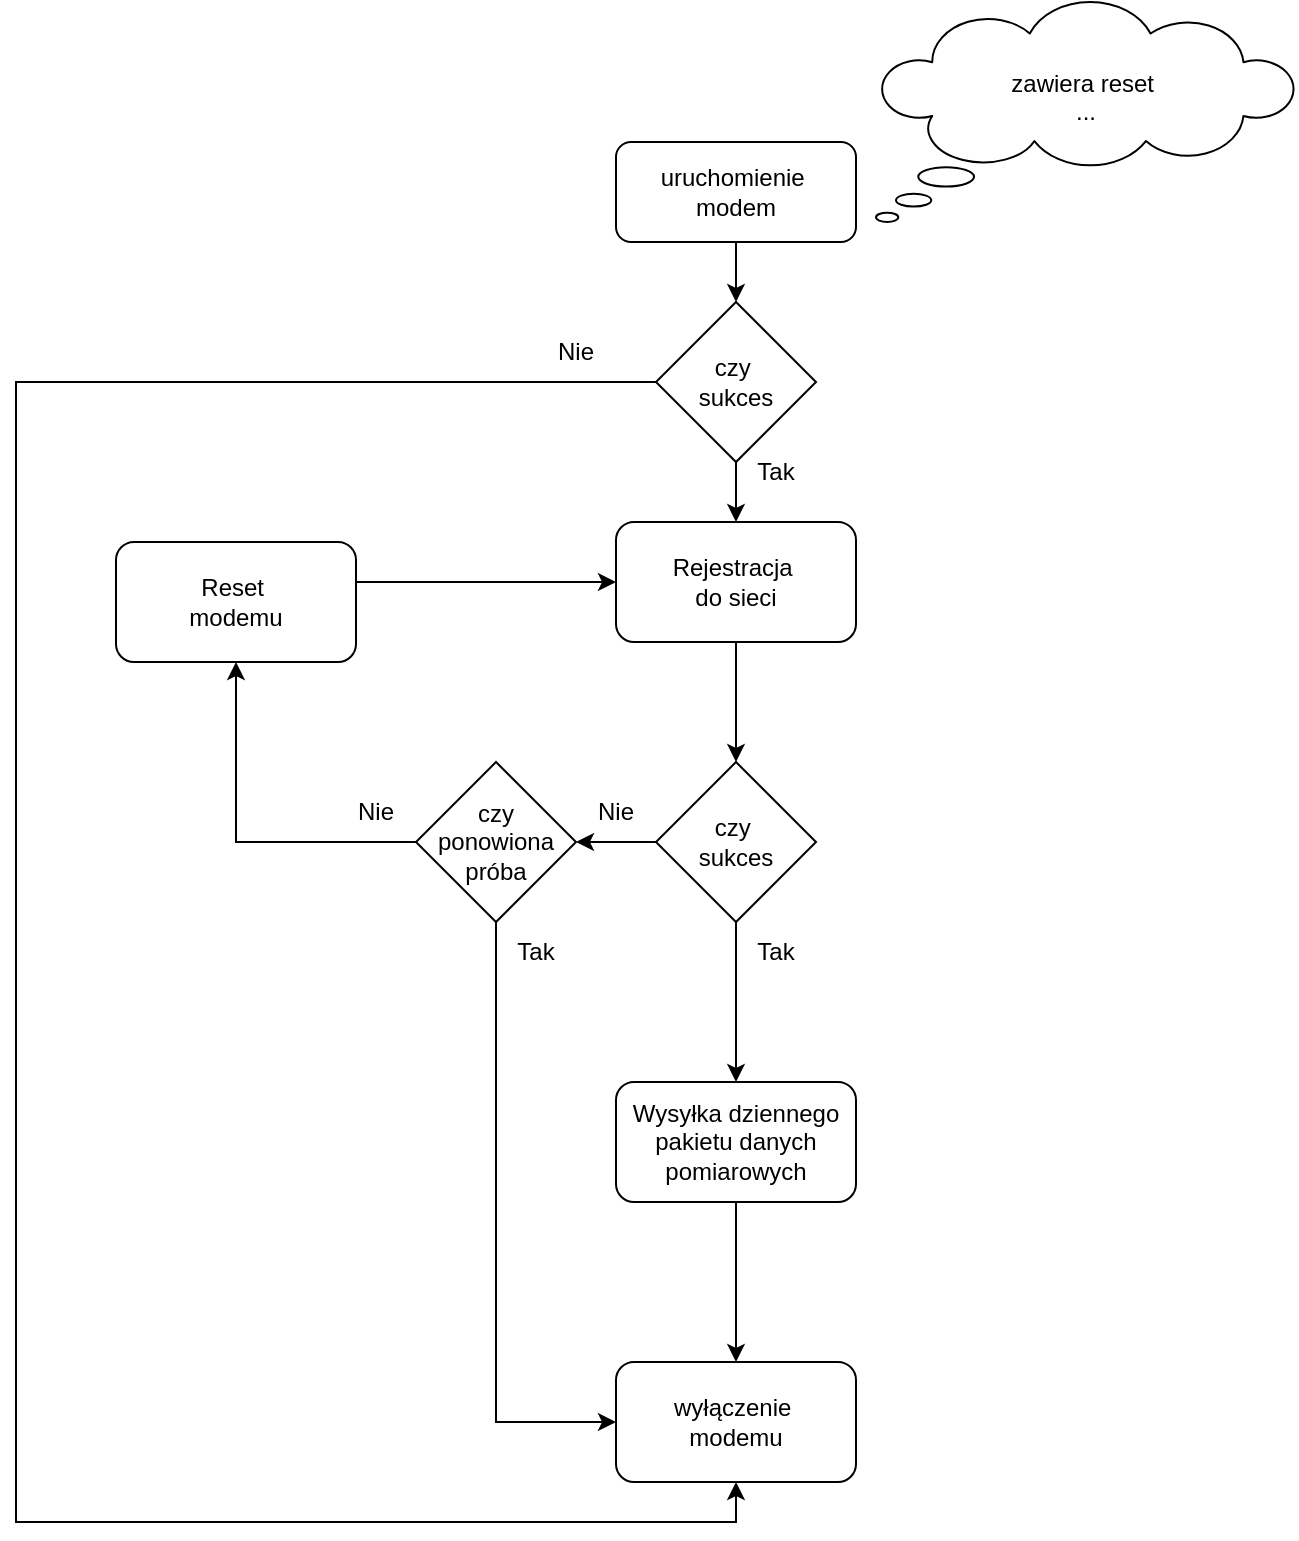
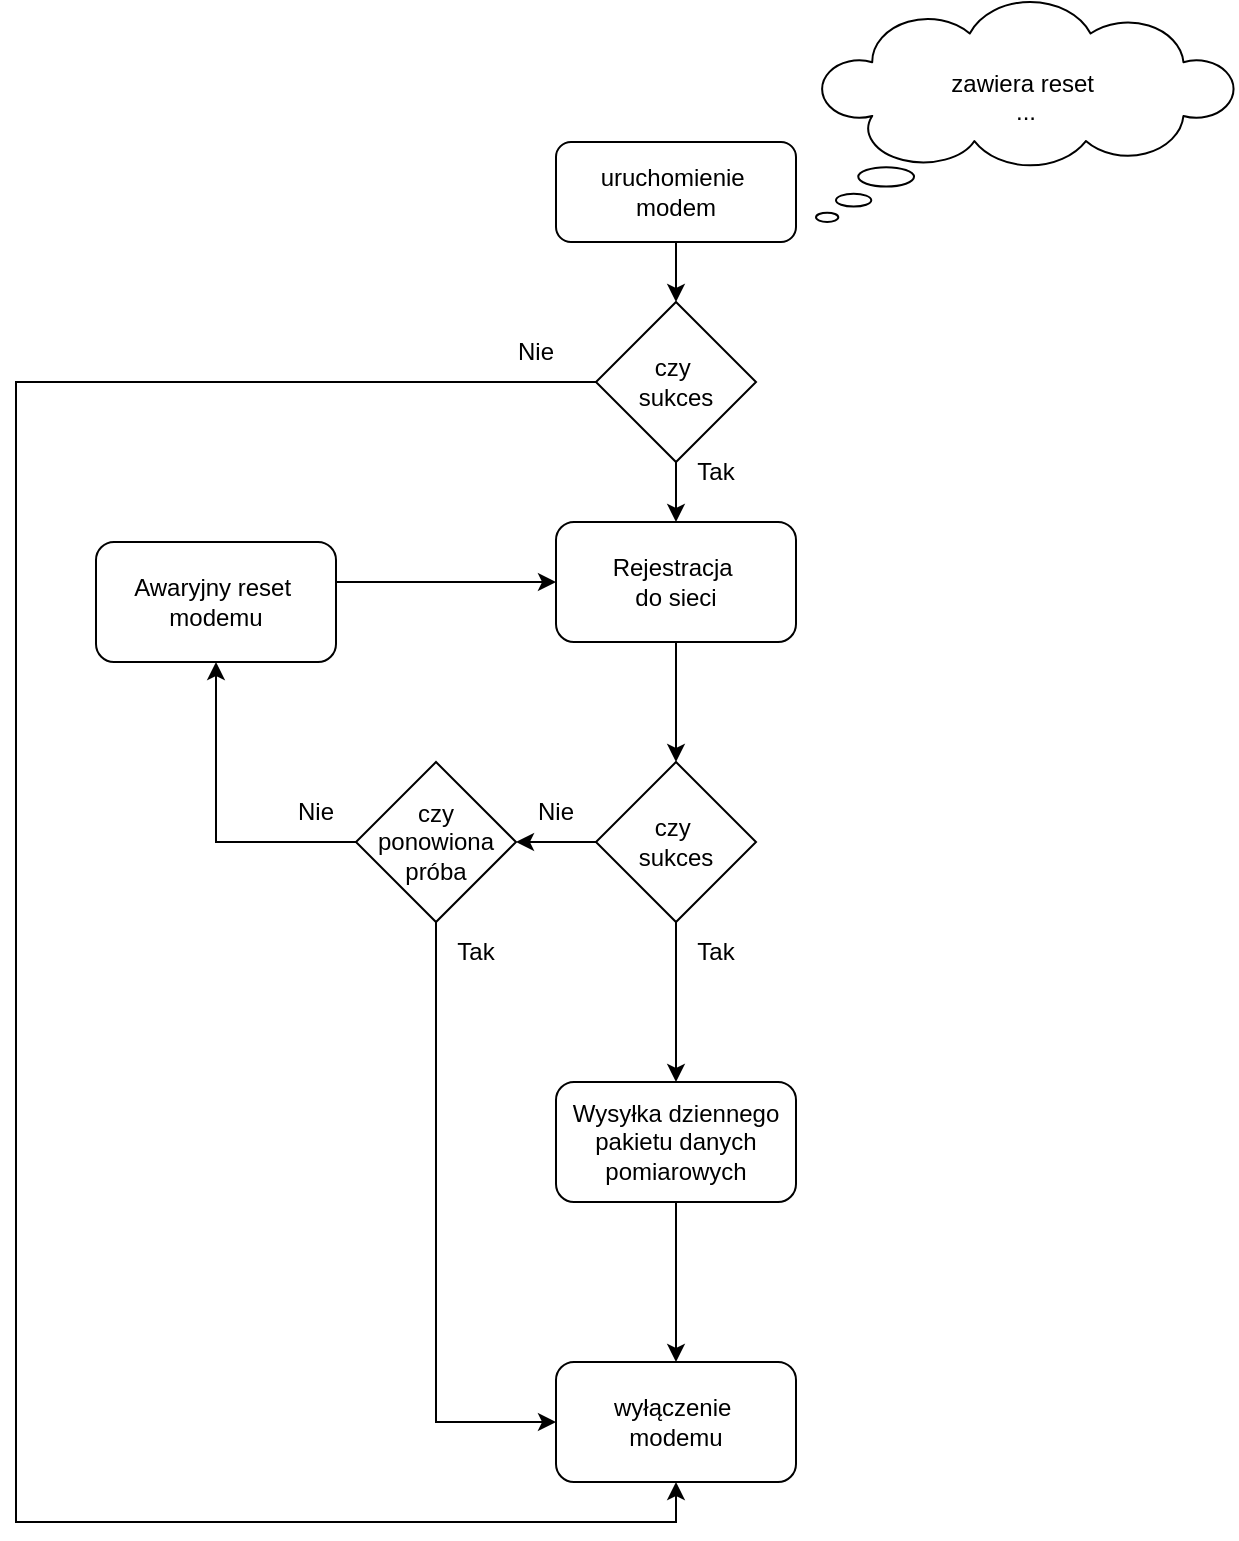
<mxfile host="app.diagrams.net">
  <diagram name="Strona-1" id="qUiWrLwNQSNPpPlMcjFA">
-     <mxGraphModel dx="2013" dy="1851" grid="1" gridSize="10" guides="1" tooltips="1" connect="1" arrows="1" fold="1" page="1" pageScale="1" pageWidth="827" pageHeight="1169" math="0" shadow="0">
+     <mxGraphModel dx="2222" dy="1971" grid="1" gridSize="10" guides="1" tooltips="1" connect="1" arrows="1" fold="1" page="1" pageScale="1" pageWidth="827" pageHeight="1169" math="0" shadow="0">
      <root>
        <mxCell id="0" />
        <mxCell id="1" parent="0" />
        <mxCell id="6l_-LQbUFiuhB0d961tG-3" edge="1" parent="1" source="6l_-LQbUFiuhB0d961tG-1" style="edgeStyle=orthogonalEdgeStyle;rounded=0;orthogonalLoop=1;jettySize=auto;html=1;" target="6l_-LQbUFiuhB0d961tG-2" value="">
          <mxGeometry relative="1" as="geometry" />
        </mxCell>
        <mxCell id="6l_-LQbUFiuhB0d961tG-1" parent="1" style="rounded=1;whiteSpace=wrap;html=1;" value="uruchomienie&amp;nbsp;&lt;div&gt;modem&lt;/div&gt;" vertex="1">
          <mxGeometry height="50" width="120" x="260" y="30" as="geometry" />
        </mxCell>
        <mxCell id="6l_-LQbUFiuhB0d961tG-9" edge="1" parent="1" source="6l_-LQbUFiuhB0d961tG-2" style="edgeStyle=orthogonalEdgeStyle;rounded=0;orthogonalLoop=1;jettySize=auto;html=1;" value="">
          <mxGeometry relative="1" as="geometry">
            <mxPoint x="320" y="220" as="targetPoint" />
          </mxGeometry>
        </mxCell>
        <mxCell id="6l_-LQbUFiuhB0d961tG-11" edge="1" parent="1" source="6l_-LQbUFiuhB0d961tG-2" style="edgeStyle=orthogonalEdgeStyle;rounded=0;orthogonalLoop=1;jettySize=auto;html=1;entryX=0.5;entryY=1;entryDx=0;entryDy=0;" target="6l_-LQbUFiuhB0d961tG-4">
          <mxGeometry relative="1" as="geometry">
            <Array as="points">
-               <mxPoint x="-40" y="150" />
-               <mxPoint x="-40" y="720" />
+               <mxPoint x="-10" y="150" />
+               <mxPoint x="-10" y="720" />
              <mxPoint x="320" y="720" />
            </Array>
            <mxPoint x="130" y="670" as="targetPoint" />
          </mxGeometry>
        </mxCell>
        <mxCell id="6l_-LQbUFiuhB0d961tG-2" parent="1" style="rhombus;whiteSpace=wrap;html=1;" value="czy&amp;nbsp;&lt;div&gt;sukces&lt;/div&gt;" vertex="1">
          <mxGeometry height="80" width="80" x="280" y="110" as="geometry" />
        </mxCell>
        <mxCell id="6l_-LQbUFiuhB0d961tG-4" parent="1" style="rounded=1;whiteSpace=wrap;html=1;" value="wyłączenie&amp;nbsp;&lt;div&gt;modemu&lt;/div&gt;" vertex="1">
          <mxGeometry height="60" width="120" x="260" y="640" as="geometry" />
        </mxCell>
        <mxCell id="6l_-LQbUFiuhB0d961tG-15" edge="1" parent="1" source="6l_-LQbUFiuhB0d961tG-12" style="edgeStyle=orthogonalEdgeStyle;rounded=0;orthogonalLoop=1;jettySize=auto;html=1;" target="6l_-LQbUFiuhB0d961tG-14" value="">
          <mxGeometry relative="1" as="geometry" />
        </mxCell>
        <mxCell id="6l_-LQbUFiuhB0d961tG-12" parent="1" style="rounded=1;whiteSpace=wrap;html=1;" value="Rejestracja&amp;nbsp;&lt;div&gt;do sieci&lt;/div&gt;" vertex="1">
          <mxGeometry height="60" width="120" x="260" y="220" as="geometry" />
        </mxCell>
        <mxCell id="6l_-LQbUFiuhB0d961tG-13" parent="1" style="whiteSpace=wrap;html=1;shape=mxgraph.basic.cloud_callout" value="zawiera reset&amp;nbsp;&lt;div&gt;...&lt;/div&gt;&lt;div&gt;&lt;br&gt;&lt;/div&gt;" vertex="1">
          <mxGeometry height="110" width="210" x="390" y="-40" as="geometry" />
        </mxCell>
        <mxCell id="6l_-LQbUFiuhB0d961tG-17" edge="1" parent="1" source="6l_-LQbUFiuhB0d961tG-14" style="edgeStyle=orthogonalEdgeStyle;rounded=0;orthogonalLoop=1;jettySize=auto;html=1;" target="6l_-LQbUFiuhB0d961tG-16" value="">
          <mxGeometry relative="1" as="geometry" />
        </mxCell>
        <mxCell id="6l_-LQbUFiuhB0d961tG-26" edge="1" parent="1" source="6l_-LQbUFiuhB0d961tG-14" style="edgeStyle=orthogonalEdgeStyle;rounded=0;orthogonalLoop=1;jettySize=auto;html=1;" target="6l_-LQbUFiuhB0d961tG-25" value="">
          <mxGeometry relative="1" as="geometry" />
        </mxCell>
        <mxCell id="6l_-LQbUFiuhB0d961tG-14" parent="1" style="rhombus;whiteSpace=wrap;html=1;" value="czy&amp;nbsp;&lt;div&gt;sukces&lt;/div&gt;" vertex="1">
          <mxGeometry height="80" width="80" x="280" y="340" as="geometry" />
        </mxCell>
        <mxCell id="6l_-LQbUFiuhB0d961tG-18" edge="1" parent="1" source="6l_-LQbUFiuhB0d961tG-16" style="edgeStyle=orthogonalEdgeStyle;rounded=0;orthogonalLoop=1;jettySize=auto;html=1;entryX=0.5;entryY=0;entryDx=0;entryDy=0;" target="6l_-LQbUFiuhB0d961tG-4">
          <mxGeometry relative="1" as="geometry" />
        </mxCell>
        <mxCell id="6l_-LQbUFiuhB0d961tG-16" parent="1" style="rounded=1;whiteSpace=wrap;html=1;" value="Wysyłka dziennego pakietu danych pomiarowych" vertex="1">
          <mxGeometry height="60" width="120" x="260" y="500" as="geometry" />
        </mxCell>
        <mxCell id="6l_-LQbUFiuhB0d961tG-24" edge="1" parent="1" source="6l_-LQbUFiuhB0d961tG-19" style="edgeStyle=orthogonalEdgeStyle;rounded=0;orthogonalLoop=1;jettySize=auto;html=1;entryX=0;entryY=0.5;entryDx=0;entryDy=0;" target="6l_-LQbUFiuhB0d961tG-12">
          <mxGeometry relative="1" as="geometry">
            <Array as="points">
              <mxPoint x="40" y="250" />
            </Array>
          </mxGeometry>
        </mxCell>
-         <mxCell id="6l_-LQbUFiuhB0d961tG-19" parent="1" style="rounded=1;whiteSpace=wrap;html=1;" value="Reset&amp;nbsp;&lt;div&gt;modemu&lt;/div&gt;" vertex="1">
-           <mxGeometry height="60" width="120" x="10" y="230" as="geometry" />
+         <mxCell id="6l_-LQbUFiuhB0d961tG-19" parent="1" style="rounded=1;whiteSpace=wrap;html=1;" value="Awaryjny reset&amp;nbsp;&lt;div&gt;modemu&lt;/div&gt;" vertex="1">
+           <mxGeometry height="60" width="120" x="30" y="230" as="geometry" />
        </mxCell>
        <mxCell id="6l_-LQbUFiuhB0d961tG-27" edge="1" parent="1" source="6l_-LQbUFiuhB0d961tG-25" style="edgeStyle=orthogonalEdgeStyle;rounded=0;orthogonalLoop=1;jettySize=auto;html=1;" target="6l_-LQbUFiuhB0d961tG-19" value="">
          <mxGeometry relative="1" as="geometry" />
        </mxCell>
        <mxCell id="6l_-LQbUFiuhB0d961tG-28" edge="1" parent="1" source="6l_-LQbUFiuhB0d961tG-25" style="edgeStyle=orthogonalEdgeStyle;rounded=0;orthogonalLoop=1;jettySize=auto;html=1;exitX=0.5;exitY=1;exitDx=0;exitDy=0;">
          <mxGeometry relative="1" as="geometry">
            <Array as="points">
              <mxPoint x="200" y="670" />
            </Array>
            <mxPoint x="260" y="670" as="targetPoint" />
          </mxGeometry>
        </mxCell>
        <mxCell id="6l_-LQbUFiuhB0d961tG-25" parent="1" style="rhombus;whiteSpace=wrap;html=1;" value="czy ponowiona próba" vertex="1">
          <mxGeometry height="80" width="80" x="160" y="340" as="geometry" />
        </mxCell>
        <mxCell id="6l_-LQbUFiuhB0d961tG-29" parent="1" style="text;html=1;whiteSpace=wrap;strokeColor=none;fillColor=none;align=center;verticalAlign=middle;rounded=0;" value="Nie" vertex="1">
-           <mxGeometry height="30" width="60" x="210" y="120" as="geometry" />
+           <mxGeometry height="30" width="60" x="220" y="120" as="geometry" />
        </mxCell>
        <mxCell id="6l_-LQbUFiuhB0d961tG-30" parent="1" style="text;html=1;whiteSpace=wrap;strokeColor=none;fillColor=none;align=center;verticalAlign=middle;rounded=0;" value="Nie" vertex="1">
          <mxGeometry height="30" width="60" x="110" y="350" as="geometry" />
        </mxCell>
        <mxCell id="6l_-LQbUFiuhB0d961tG-31" parent="1" style="text;html=1;whiteSpace=wrap;strokeColor=none;fillColor=none;align=center;verticalAlign=middle;rounded=0;" value="Nie" vertex="1">
          <mxGeometry height="30" width="60" x="230" y="350" as="geometry" />
        </mxCell>
        <mxCell id="6l_-LQbUFiuhB0d961tG-32" parent="1" style="text;html=1;whiteSpace=wrap;strokeColor=none;fillColor=none;align=center;verticalAlign=middle;rounded=0;" value="Tak" vertex="1">
          <mxGeometry height="30" width="60" x="310" y="180" as="geometry" />
        </mxCell>
        <mxCell id="6l_-LQbUFiuhB0d961tG-33" parent="1" style="text;html=1;whiteSpace=wrap;strokeColor=none;fillColor=none;align=center;verticalAlign=middle;rounded=0;" value="Tak" vertex="1">
          <mxGeometry height="30" width="60" x="310" y="420" as="geometry" />
        </mxCell>
        <mxCell id="6l_-LQbUFiuhB0d961tG-34" parent="1" style="text;html=1;whiteSpace=wrap;strokeColor=none;fillColor=none;align=center;verticalAlign=middle;rounded=0;" value="Tak" vertex="1">
          <mxGeometry height="30" width="60" x="190" y="420" as="geometry" />
        </mxCell>
      </root>
    </mxGraphModel>
  </diagram>
</mxfile>
